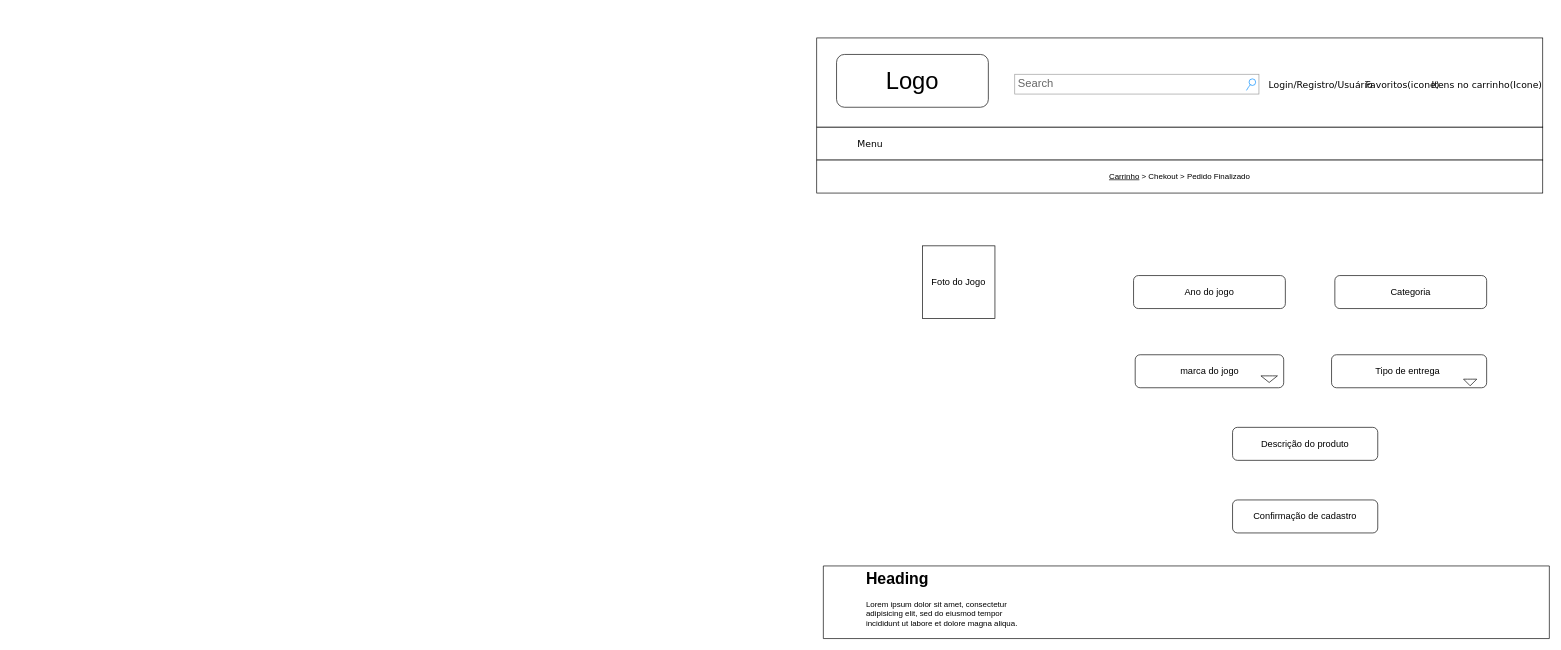
Earlier version of the draw.io diagram page "2.2 Cadastro do jogo" (7 of 16) of wireframe.drawio (pdaambrosio/dh_group_5). Source tidied: cells renumbered, new cells numbered last; positions are measured from the earlier drawing's top-left corner, leaving out a move shared by most shapes. Both pictures are drawn from the tidied source at 66%, with x=0, y=0 at pixel (816, 38).
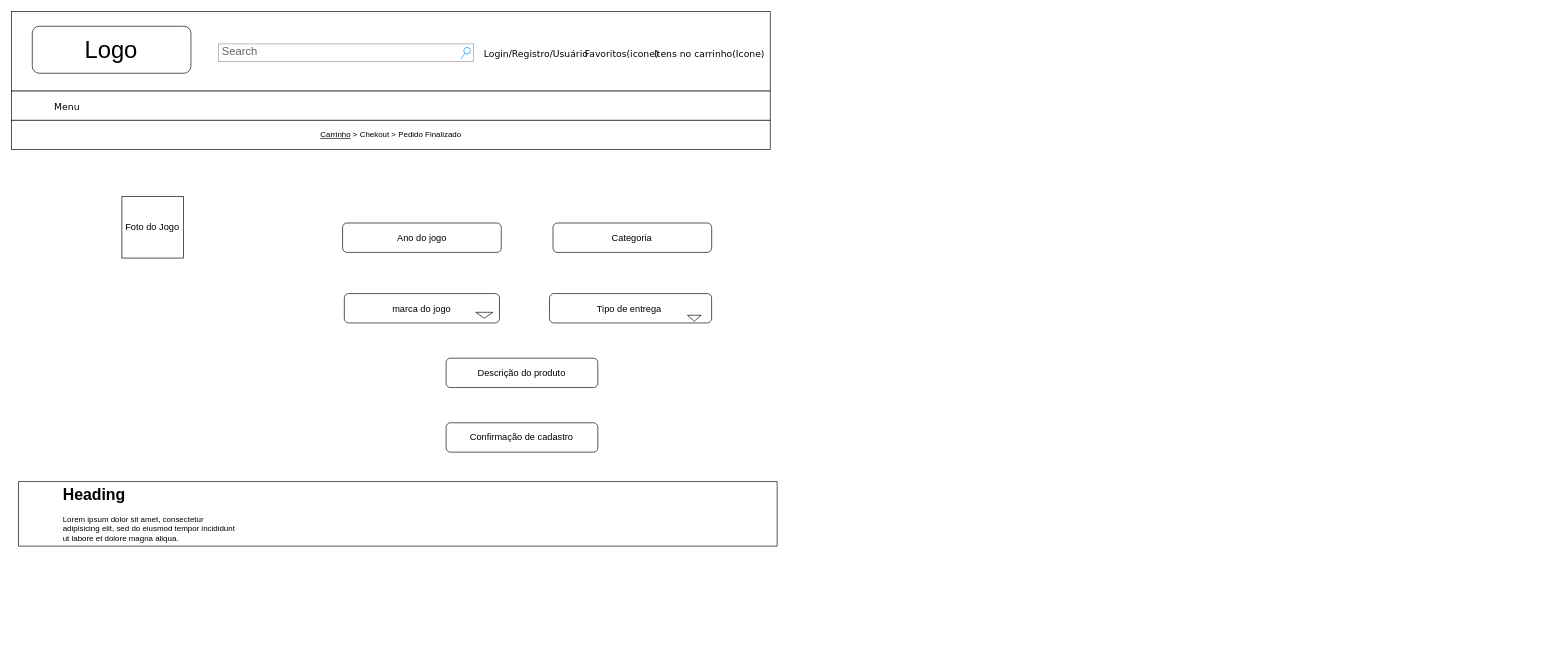
After the change.

The edit, as a diff of the source:
```diff
@@
+    <mxCell id="22" style="group;" parent="1" vertex="1">
+      <mxGeometry x="-1220" y="-40" width="1160" height="810" as="geometry" />
+    </mxCell>
-    <mxCell id="2" style="rounded=0;whiteSpace=wrap;html=1;" parent="1" vertex="1">
-      <mxGeometry y="135" width="1100" height="50" as="geometry" />
+    <mxCell id="2" style="rounded=0;whiteSpace=wrap;html=1;" parent="22" vertex="1">
+      <mxGeometry y="120.2" width="1149.5" height="44.5" as="geometry" />
     </mxCell>
-    <mxCell id="3" style="rounded=0;whiteSpace=wrap;html=1;" parent="1" vertex="1">
-      <mxGeometry width="1100" height="135" as="geometry" />
+    <mxCell id="3" style="rounded=0;whiteSpace=wrap;html=1;" parent="22" vertex="1">
+      <mxGeometry width="1149.5" height="120.2" as="geometry" />
     </mxCell>
-    <mxCell id="4" value="Search" style="strokeWidth=1;shadow=0;dashed=0;align=center;html=1;shape=mxgraph.mockup.forms.searchBox;strokeColor=#999999;mainText=;strokeColor2=#008cff;fontColor=#666666;fontSize=17;align=left;spacingLeft=3;rounded=0;labelBackgroundColor=none;comic=1;" parent="1" vertex="1">
-      <mxGeometry x="300" y="55" width="370" height="30" as="geometry" />
+    <mxCell id="4" value="Search" style="strokeWidth=1;shadow=0;dashed=0;align=center;html=1;shape=mxgraph.mockup.forms.searchBox;strokeColor=#999999;mainText=;strokeColor2=#008cff;fontColor=#666666;fontSize=17;align=left;spacingLeft=3;rounded=0;labelBackgroundColor=none;comic=1;" parent="22" vertex="1">
+      <mxGeometry x="313.5" y="49" width="386.7" height="26.7" as="geometry" />
     </mxCell>
-    <mxCell id="5" value="Login/Registro/Usuário" style="text;html=1;align=left;verticalAlign=top;spacingTop=-4;fontSize=14;fontFamily=Verdana;" parent="1" vertex="1">
-      <mxGeometry x="683" y="60" width="60" height="20" as="geometry" />
+    <mxCell id="5" value="Login/Registro/Usuário" style="text;html=1;align=left;verticalAlign=top;spacingTop=-4;fontSize=14;fontFamily=Verdana;" parent="22" vertex="1">
+      <mxGeometry x="713.8" y="53.4" width="62.7" height="17.8" as="geometry" />
     </mxCell>
-    <mxCell id="6" value="Favoritos(icone)" style="text;html=1;align=left;verticalAlign=top;spacingTop=-4;fontSize=14;fontFamily=Verdana;" parent="1" vertex="1">
-      <mxGeometry x="830" y="60" width="60" height="20" as="geometry" />
+    <mxCell id="6" value="Favoritos(icone)" style="text;html=1;align=left;verticalAlign=top;spacingTop=-4;fontSize=14;fontFamily=Verdana;" parent="22" vertex="1">
+      <mxGeometry x="867.4" y="53.4" width="62.7" height="17.8" as="geometry" />
     </mxCell>
-    <mxCell id="7" value="Itens no carrinho(Icone)" style="text;html=1;align=left;verticalAlign=top;spacingTop=-4;fontSize=14;fontFamily=Verdana;" parent="1" vertex="1">
-      <mxGeometry x="930" y="60" width="60" height="20" as="geometry" />
+    <mxCell id="7" value="Itens no carrinho(Icone)" style="text;html=1;align=left;verticalAlign=top;spacingTop=-4;fontSize=14;fontFamily=Verdana;" parent="22" vertex="1">
+      <mxGeometry x="971.9" y="53.4" width="62.7" height="17.8" as="geometry" />
     </mxCell>
-    <mxCell id="8" value="Menu" style="text;html=1;align=left;verticalAlign=top;spacingTop=-4;fontSize=14;fontFamily=Verdana;" parent="1" vertex="1">
-      <mxGeometry x="60" y="150" width="60" height="20" as="geometry" />
+    <mxCell id="8" value="Menu" style="text;html=1;align=left;verticalAlign=top;spacingTop=-4;fontSize=14;fontFamily=Verdana;" parent="22" vertex="1">
+      <mxGeometry x="62.7" y="133.5" width="62.7" height="17.8" as="geometry" />
     </mxCell>
-    <mxCell id="9" value="&lt;font style=&quot;font-size: 36px&quot;&gt;Logo&lt;/font&gt;" style="rounded=1;whiteSpace=wrap;html=1;" parent="1" vertex="1">
-      <mxGeometry x="30" y="25" width="230" height="80" as="geometry" />
+    <mxCell id="9" value="&lt;font style=&quot;font-size: 36px&quot;&gt;Logo&lt;/font&gt;" style="rounded=1;whiteSpace=wrap;html=1;" parent="22" vertex="1">
+      <mxGeometry x="31.4" y="22.3" width="240.4" height="71.2" as="geometry" />
     </mxCell>
-    <mxCell id="10" value="&lt;u&gt;Carrinho&lt;/u&gt; &amp;gt; Chekout &amp;gt; Pedido Finalizado" style="rounded=0;whiteSpace=wrap;html=1;" parent="1" vertex="1">
-      <mxGeometry y="185" width="1100" height="50" as="geometry" />
+    <mxCell id="10" value="&lt;u&gt;Carrinho&lt;/u&gt; &amp;gt; Chekout &amp;gt; Pedido Finalizado" style="rounded=0;whiteSpace=wrap;html=1;" parent="22" vertex="1">
+      <mxGeometry y="164.7" width="1149.5" height="44.5" as="geometry" />
     </mxCell>
-    <mxCell id="11" value="&lt;font style=&quot;font-size: 14px&quot;&gt;Tipo de entrega&amp;nbsp;&lt;/font&gt;" style="rounded=1;whiteSpace=wrap;html=1;" parent="1" vertex="1">
-      <mxGeometry x="780" y="480" width="235" height="50" as="geometry" />
+    <mxCell id="11" value="&lt;font style=&quot;font-size: 14px&quot;&gt;Tipo de entrega&amp;nbsp;&lt;/font&gt;" style="rounded=1;whiteSpace=wrap;html=1;" parent="22" vertex="1">
+      <mxGeometry x="815.1" y="427.3" width="245.6" height="44.5" as="geometry" />
     </mxCell>
-    <mxCell id="12" value="&lt;font style=&quot;font-size: 14px&quot;&gt;Foto do Jogo&lt;/font&gt;" style="whiteSpace=wrap;html=1;" parent="1" vertex="1">
-      <mxGeometry x="160" y="315" width="110" height="110" as="geometry" />
+    <mxCell id="12" value="&lt;font style=&quot;font-size: 14px&quot;&gt;Foto do Jogo&lt;/font&gt;" style="whiteSpace=wrap;html=1;" parent="22" vertex="1">
+      <mxGeometry x="167.2" y="280.4" width="93.1" height="93.1" as="geometry" />
     </mxCell>
-    <mxCell id="13" value="&lt;font style=&quot;font-size: 14px&quot;&gt;Ano do jogo&lt;/font&gt;" style="rounded=1;whiteSpace=wrap;html=1;" parent="1" vertex="1">
-      <mxGeometry x="480" y="360" width="230" height="50" as="geometry" />
+    <mxCell id="13" value="&lt;font style=&quot;font-size: 14px&quot;&gt;Ano do jogo&lt;/font&gt;" style="rounded=1;whiteSpace=wrap;html=1;" parent="22" vertex="1">
+      <mxGeometry x="501.6" y="320.4" width="240.4" height="44.5" as="geometry" />
     </mxCell>
-    <mxCell id="14" value="&lt;font style=&quot;font-size: 14px&quot;&gt;Categoria&lt;/font&gt;" style="rounded=1;whiteSpace=wrap;html=1;" parent="1" vertex="1">
-      <mxGeometry x="785" y="360" width="230" height="50" as="geometry" />
+    <mxCell id="14" value="&lt;font style=&quot;font-size: 14px&quot;&gt;Categoria&lt;/font&gt;" style="rounded=1;whiteSpace=wrap;html=1;" parent="22" vertex="1">
+      <mxGeometry x="820.4" y="320.4" width="240.4" height="44.5" as="geometry" />
     </mxCell>
-    <mxCell id="15" value="&lt;font style=&quot;font-size: 14px&quot;&gt;Confirmação de cadastro&lt;/font&gt;" style="rounded=1;whiteSpace=wrap;html=1;" parent="1" vertex="1">
-      <mxGeometry x="630" y="700" width="220" height="50" as="geometry" />
+    <mxCell id="15" value="&lt;font style=&quot;font-size: 14px&quot;&gt;Confirmação de cadastro&lt;/font&gt;" style="rounded=1;whiteSpace=wrap;html=1;" parent="22" vertex="1">
+      <mxGeometry x="658.4" y="623.1" width="229.9" height="44.5" as="geometry" />
     </mxCell>
-    <mxCell id="16" value="&lt;font style=&quot;font-size: 14px&quot;&gt;marca do jogo&lt;/font&gt;" style="rounded=1;whiteSpace=wrap;html=1;" parent="1" vertex="1">
-      <mxGeometry x="482.5" y="480" width="225" height="50" as="geometry" />
+    <mxCell id="16" value="&lt;font style=&quot;font-size: 14px&quot;&gt;marca do jogo&lt;/font&gt;" style="rounded=1;whiteSpace=wrap;html=1;" parent="22" vertex="1">
+      <mxGeometry x="504.2" y="427.3" width="235.1" height="44.5" as="geometry" />
     </mxCell>
-    <mxCell id="17" style="html=1;shadow=0;dashed=0;align=center;verticalAlign=middle;shape=mxgraph.arrows2.arrow;dy=0.6;dx=40;direction=south;notch=0;" parent="1" vertex="1">
-      <mxGeometry x="980" y="517" width="20" height="10" as="geometry" />
+    <mxCell id="17" style="html=1;shadow=0;dashed=0;align=center;verticalAlign=middle;shape=mxgraph.arrows2.arrow;dy=0.6;dx=40;direction=south;notch=0;" parent="22" vertex="1">
+      <mxGeometry x="1024.1" y="460.2" width="20.9" height="8.9" as="geometry" />
     </mxCell>
-    <mxCell id="18" style="html=1;shadow=0;dashed=0;align=center;verticalAlign=middle;shape=mxgraph.arrows2.arrow;dy=0.6;dx=40;direction=south;notch=0;" parent="1" vertex="1">
-      <mxGeometry x="673" y="512" width="25" height="10" as="geometry" />
+    <mxCell id="18" style="html=1;shadow=0;dashed=0;align=center;verticalAlign=middle;shape=mxgraph.arrows2.arrow;dy=0.6;dx=40;direction=south;notch=0;" parent="22" vertex="1">
+      <mxGeometry x="703.3" y="455.7" width="26.1" height="8.9" as="geometry" />
     </mxCell>
-    <mxCell id="19" value="&lt;font style=&quot;font-size: 14px&quot;&gt;Descrição do produto&lt;/font&gt;" style="rounded=1;whiteSpace=wrap;html=1;" parent="1" vertex="1">
-      <mxGeometry x="630" y="590" width="220" height="50" as="geometry" />
+    <mxCell id="19" value="&lt;font style=&quot;font-size: 14px&quot;&gt;Descrição do produto&lt;/font&gt;" style="rounded=1;whiteSpace=wrap;html=1;" parent="22" vertex="1">
+      <mxGeometry x="658.4" y="525.2" width="229.9" height="44.5" as="geometry" />
     </mxCell>
-    <mxCell id="20" style="verticalLabelPosition=bottom;verticalAlign=top;html=1;shape=mxgraph.basic.rect;fillColor2=none;strokeWidth=1;size=20;indent=5;" parent="1" vertex="1">
-      <mxGeometry x="10" y="800" width="1100" height="110" as="geometry" />
+    <mxCell id="20" style="verticalLabelPosition=bottom;verticalAlign=top;html=1;shape=mxgraph.basic.rect;fillColor2=none;strokeWidth=1;size=20;indent=5;" parent="22" vertex="1">
+      <mxGeometry x="10.5" y="712.1" width="1149.5" height="97.9" as="geometry" />
     </mxCell>
-    <mxCell id="21" value="&lt;h1&gt;Heading&lt;/h1&gt;&lt;p&gt;Lorem ipsum dolor sit amet, consectetur adipisicing elit, sed do eiusmod tempor incididunt ut labore et dolore magna aliqua.&lt;/p&gt;" style="text;html=1;strokeColor=none;fillColor=none;spacing=5;spacingTop=-20;whiteSpace=wrap;overflow=hidden;rounded=0;" parent="1" vertex="1">
-      <mxGeometry x="70" y="800" width="260" height="110" as="geometry" />
+    <mxCell id="21" value="&lt;h1&gt;Heading&lt;/h1&gt;&lt;p&gt;Lorem ipsum dolor sit amet, consectetur adipisicing elit, sed do eiusmod tempor incididunt ut labore et dolore magna aliqua.&lt;/p&gt;" style="text;html=1;strokeColor=none;fillColor=none;spacing=5;spacingTop=-20;whiteSpace=wrap;overflow=hidden;rounded=0;" parent="22" vertex="1">
+      <mxGeometry x="73.2" y="712.1" width="271.7" height="97.9" as="geometry" />
     </mxCell>
```
